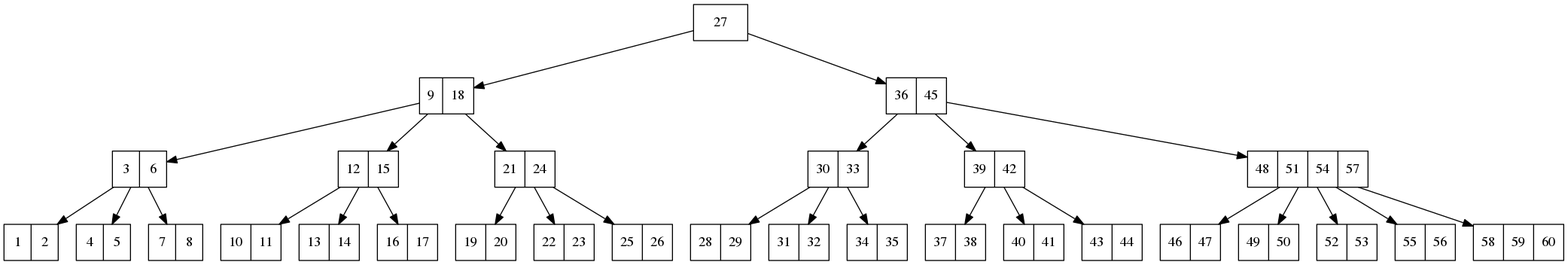
Earlier version of the Graphviz export BTree/archivo.png (santiago3223/ULaSalle). Its source is kept beside it as BTree/archivo.dot.
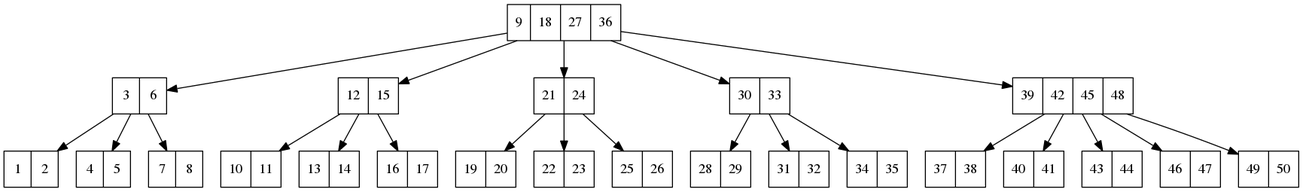
After the commit.

What changed in the source:
```diff
@@ -1,59 +1,47 @@
 digraph {
-"0x9c27a0"[shape=record, label="{{ 27} } "];
-"0x9c1f20"[shape=record, label="{{ 9|18} } "];
-"0x9c1ca0"[shape=record, label="{{ 3|6} } "];
-"0x9c1c20"[shape=record, label="{{ 1|2} } "];
-"0x9c1ca0"->"0x9c1c20"
-"0x9c1d20"[shape=record, label="{{ 4|5} } "];
-"0x9c1ca0"->"0x9c1d20"
-"0x9c1da0"[shape=record, label="{{ 7|8} } "];
-"0x9c1ca0"->"0x9c1da0"
-"0x9c1f20"->"0x9c1ca0"
-"0x9c1fa0"[shape=record, label="{{ 12|15} } "];
-"0x9c1e20"[shape=record, label="{{ 10|11} } "];
-"0x9c1fa0"->"0x9c1e20"
-"0x9c1ea0"[shape=record, label="{{ 13|14} } "];
-"0x9c1fa0"->"0x9c1ea0"
-"0x9c2020"[shape=record, label="{{ 16|17} } "];
-"0x9c1fa0"->"0x9c2020"
-"0x9c1f20"->"0x9c1fa0"
-"0x9c21a0"[shape=record, label="{{ 21|24} } "];
-"0x9c20a0"[shape=record, label="{{ 19|20} } "];
-"0x9c21a0"->"0x9c20a0"
-"0x9c2120"[shape=record, label="{{ 22|23} } "];
-"0x9c21a0"->"0x9c2120"
-"0x9c2220"[shape=record, label="{{ 25|26} } "];
-"0x9c21a0"->"0x9c2220"
-"0x9c1f20"->"0x9c21a0"
-"0x9c27a0"->"0x9c1f20"
-"0x9c2820"[shape=record, label="{{ 36|45} } "];
-"0x9c23a0"[shape=record, label="{{ 30|33} } "];
-"0x9c22a0"[shape=record, label="{{ 28|29} } "];
-"0x9c23a0"->"0x9c22a0"
-"0x9c2320"[shape=record, label="{{ 31|32} } "];
-"0x9c23a0"->"0x9c2320"
-"0x9c2420"[shape=record, label="{{ 34|35} } "];
-"0x9c23a0"->"0x9c2420"
-"0x9c2820"->"0x9c23a0"
-"0x9c25a0"[shape=record, label="{{ 39|42} } "];
-"0x9c24a0"[shape=record, label="{{ 37|38} } "];
-"0x9c25a0"->"0x9c24a0"
-"0x9c2520"[shape=record, label="{{ 40|41} } "];
-"0x9c25a0"->"0x9c2520"
-"0x9c2620"[shape=record, label="{{ 43|44} } "];
-"0x9c25a0"->"0x9c2620"
-"0x9c2820"->"0x9c25a0"
-"0x9c28a0"[shape=record, label="{{ 48|51|54|57} } "];
-"0x9c26a0"[shape=record, label="{{ 46|47} } "];
-"0x9c28a0"->"0x9c26a0"
-"0x9c2720"[shape=record, label="{{ 49|50} } "];
-"0x9c28a0"->"0x9c2720"
-"0x9c2920"[shape=record, label="{{ 52|53} } "];
-"0x9c28a0"->"0x9c2920"
-"0x9c29a0"[shape=record, label="{{ 55|56} } "];
-"0x9c28a0"->"0x9c29a0"
-"0x9c2a20"[shape=record, label="{{ 58|59|60} } "];
-"0x9c28a0"->"0x9c2a20"
-"0x9c2820"->"0x9c28a0"
-"0x9c27a0"->"0x9c2820"
+"0x617020"[shape=record, label="{{ 9|18|27|36} } "];
+"0x616d20"[shape=record, label="{{ 3|6} } "];
+"0x616c20"[shape=record, label="{{ 1|2} } "];
+"0x616d20"->"0x616c20"
+"0x616ca0"[shape=record, label="{{ 4|5} } "];
+"0x616d20"->"0x616ca0"
+"0x616da0"[shape=record, label="{{ 7|8} } "];
+"0x616d20"->"0x616da0"
+"0x617020"->"0x616d20"
+"0x616fa0"[shape=record, label="{{ 12|15} } "];
+"0x616e20"[shape=record, label="{{ 10|11} } "];
+"0x616fa0"->"0x616e20"
+"0x616ea0"[shape=record, label="{{ 13|14} } "];
+"0x616fa0"->"0x616ea0"
+"0x616f20"[shape=record, label="{{ 16|17} } "];
+"0x616fa0"->"0x616f20"
+"0x617020"->"0x616fa0"
+"0x617220"[shape=record, label="{{ 21|24} } "];
+"0x6170a0"[shape=record, label="{{ 19|20} } "];
+"0x617220"->"0x6170a0"
+"0x617120"[shape=record, label="{{ 22|23} } "];
+"0x617220"->"0x617120"
+"0x6171a0"[shape=record, label="{{ 25|26} } "];
+"0x617220"->"0x6171a0"
+"0x617020"->"0x617220"
+"0x617420"[shape=record, label="{{ 30|33} } "];
+"0x6172a0"[shape=record, label="{{ 28|29} } "];
+"0x617420"->"0x6172a0"
+"0x617320"[shape=record, label="{{ 31|32} } "];
+"0x617420"->"0x617320"
+"0x6173a0"[shape=record, label="{{ 34|35} } "];
+"0x617420"->"0x6173a0"
+"0x617020"->"0x617420"
+"0x617620"[shape=record, label="{{ 39|42|45|48} } "];
+"0x6174a0"[shape=record, label="{{ 37|38} } "];
+"0x617620"->"0x6174a0"
+"0x617520"[shape=record, label="{{ 40|41} } "];
+"0x617620"->"0x617520"
+"0x6175a0"[shape=record, label="{{ 43|44} } "];
+"0x617620"->"0x6175a0"
+"0x6176a0"[shape=record, label="{{ 46|47} } "];
+"0x617620"->"0x6176a0"
+"0x617720"[shape=record, label="{{ 49|50} } "];
+"0x617620"->"0x617720"
+"0x617020"->"0x617620"
  }
```
